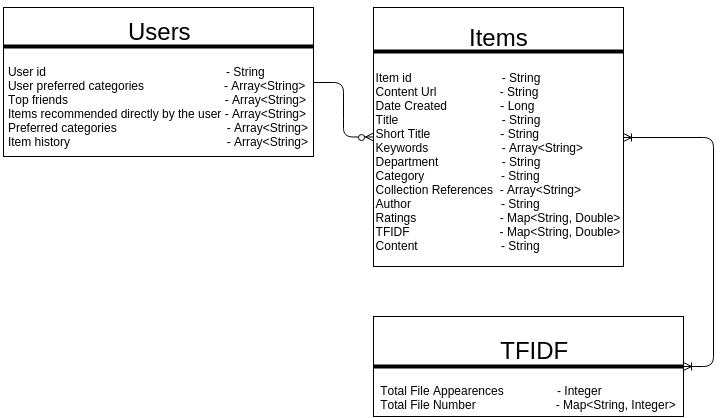
Earlier version of the draw.io export diplomaProject/src/img/databaseSchema.png (cosmin1123/Recommender-System). Source tidied: cells renumbered, new cells last; positions are measured from the earlier drawing's top-left corner, leaving out a move shared by most shapes. Source of this version:
```xml
<mxGraphModel>
  <root>
    <mxCell id="0" />
    <mxCell id="1" parent="0" />
    <mxCell id="2" value="&lt;div style=&quot;text-align: center&quot;&gt;&lt;br&gt;&lt;/div&gt;&lt;div style=&quot;text-align: left&quot;&gt;&lt;span style=&quot;font-size: 24px ; line-height: 28.8px ; text-align: center&quot;&gt;&amp;nbsp; &amp;nbsp; &amp;nbsp; &amp;nbsp; &amp;nbsp; &amp;nbsp; &amp;nbsp; &amp;nbsp; &amp;nbsp; Users&lt;/span&gt;&lt;span style=&quot;line-height: 1.2&quot;&gt;&lt;font size=&quot;3&quot;&gt;&lt;br&gt;&lt;/font&gt;&lt;/span&gt;&lt;/div&gt;&lt;div style=&quot;text-align: left&quot;&gt;&lt;span style=&quot;line-height: 1.2&quot;&gt;&lt;font size=&quot;3&quot;&gt;&lt;br&gt;&lt;/font&gt;&lt;/span&gt;&lt;/div&gt;&lt;div style=&quot;text-align: left&quot;&gt;&lt;span style=&quot;line-height: 1.2&quot;&gt;User id &amp;nbsp; &amp;nbsp; &amp;nbsp; &amp;nbsp; &amp;nbsp; &amp;nbsp; &amp;nbsp; &amp;nbsp; &amp;nbsp; &amp;nbsp; &amp;nbsp; &amp;nbsp; &amp;nbsp; &amp;nbsp; &amp;nbsp; &amp;nbsp; &amp;nbsp; &amp;nbsp; &amp;nbsp; &amp;nbsp; &amp;nbsp; &amp;nbsp; &amp;nbsp; &amp;nbsp; &amp;nbsp; &amp;nbsp; &amp;nbsp;- String&lt;/span&gt;&lt;/div&gt;&lt;div style=&quot;text-align: left&quot;&gt;User preferred categories &amp;nbsp; &amp;nbsp; &amp;nbsp; &amp;nbsp; &amp;nbsp; &amp;nbsp; &amp;nbsp; &amp;nbsp; &amp;nbsp; &amp;nbsp; &amp;nbsp; &amp;nbsp;- Array&amp;lt;String&amp;gt;&lt;/div&gt;&lt;div style=&quot;text-align: left&quot;&gt;Top friends &amp;nbsp; &amp;nbsp; &amp;nbsp; &amp;nbsp; &amp;nbsp; &amp;nbsp; &amp;nbsp; &amp;nbsp; &amp;nbsp; &amp;nbsp; &amp;nbsp; &amp;nbsp; &amp;nbsp; &amp;nbsp; &amp;nbsp; &amp;nbsp; &amp;nbsp; &amp;nbsp; &amp;nbsp; &amp;nbsp; &amp;nbsp; &amp;nbsp; &amp;nbsp; -&amp;nbsp;&lt;span style=&quot;line-height: 14.4px&quot;&gt;Array&amp;lt;String&amp;gt;&lt;/span&gt;&lt;/div&gt;&lt;div style=&quot;text-align: left&quot;&gt;&lt;span style=&quot;line-height: 1.2&quot;&gt;Items recommended directly by the user -&amp;nbsp;&lt;/span&gt;&lt;span style=&quot;line-height: 14.4px&quot;&gt;Array&amp;lt;String&amp;gt;&lt;/span&gt;&lt;/div&gt;&lt;div style=&quot;text-align: left&quot;&gt;&lt;span style=&quot;line-height: 14.4px&quot;&gt;Preferred categories &amp;nbsp; &amp;nbsp; &amp;nbsp; &amp;nbsp; &amp;nbsp; &amp;nbsp; &amp;nbsp; &amp;nbsp; &amp;nbsp; &amp;nbsp; &amp;nbsp; &amp;nbsp; &amp;nbsp; &amp;nbsp; &amp;nbsp; &amp;nbsp;&amp;nbsp;&lt;/span&gt;&lt;span style=&quot;line-height: 1.2&quot;&gt;-&amp;nbsp;&lt;/span&gt;&lt;span style=&quot;line-height: 14.4px&quot;&gt;Array&amp;lt;String&amp;gt;&lt;/span&gt;&lt;/div&gt;&lt;div style=&quot;text-align: left&quot;&gt;&lt;span style=&quot;line-height: 14.4px&quot;&gt;Item history&amp;nbsp;&lt;/span&gt;&lt;span style=&quot;line-height: 14.4px ; text-align: left&quot;&gt;&amp;nbsp; &amp;nbsp; &amp;nbsp; &amp;nbsp; &amp;nbsp; &amp;nbsp; &amp;nbsp; &amp;nbsp; &amp;nbsp; &amp;nbsp; &amp;nbsp; &amp;nbsp; &amp;nbsp; &amp;nbsp; &amp;nbsp; &amp;nbsp; &amp;nbsp; &amp;nbsp; &amp;nbsp; &amp;nbsp; &amp;nbsp; &amp;nbsp; &amp;nbsp;&amp;nbsp;&lt;/span&gt;&lt;span style=&quot;line-height: 1.2 ; text-align: left&quot;&gt;-&amp;nbsp;&lt;/span&gt;&lt;span style=&quot;line-height: 14.4px ; text-align: left&quot;&gt;Array&amp;lt;String&amp;gt;&lt;/span&gt;&lt;/div&gt;&lt;div&gt;&lt;br&gt;&lt;/div&gt;" style="whiteSpace=wrap;html=1;" parent="1" vertex="1">
      <mxGeometry width="310" height="149" as="geometry" />
    </mxCell>
    <mxCell id="3" style="line;html=1;" parent="1" vertex="1">
      <mxGeometry y="34" width="310" height="10" as="geometry" />
    </mxCell>
    <mxCell id="4" value="&lt;div style=&quot;text-align: left&quot;&gt;&lt;span style=&quot;font-size: 24px ; line-height: 28.8px ; text-align: center&quot;&gt;&amp;nbsp; &amp;nbsp; &amp;nbsp; &amp;nbsp; &amp;nbsp; &amp;nbsp; &amp;nbsp; Items&lt;/span&gt;&lt;br&gt;&lt;/div&gt;&lt;div style=&quot;text-align: left&quot;&gt;&lt;span style=&quot;line-height: 1.2&quot;&gt;&lt;font size=&quot;3&quot;&gt;&lt;br&gt;&lt;/font&gt;&lt;/span&gt;&lt;/div&gt;&lt;div style=&quot;text-align: left&quot;&gt;&lt;span style=&quot;line-height: 1.2&quot;&gt;Item id &amp;nbsp; &amp;nbsp; &amp;nbsp; &amp;nbsp; &amp;nbsp; &amp;nbsp; &amp;nbsp; &amp;nbsp; &amp;nbsp; &amp;nbsp; &amp;nbsp; &amp;nbsp; &amp;nbsp; - String&lt;/span&gt;&lt;/div&gt;&lt;div style=&quot;text-align: left&quot;&gt;Content Url &amp;nbsp; &amp;nbsp; &amp;nbsp; &amp;nbsp; &amp;nbsp; &amp;nbsp; &amp;nbsp; &amp;nbsp; &amp;nbsp; - String&lt;/div&gt;&lt;div style=&quot;text-align: left&quot;&gt;Date Created &amp;nbsp; &amp;nbsp; &amp;nbsp; &amp;nbsp; &amp;nbsp; &amp;nbsp; &amp;nbsp; &amp;nbsp;- Long&lt;/div&gt;&lt;div style=&quot;text-align: left&quot;&gt;&lt;span style=&quot;line-height: 1.2&quot;&gt;Title &amp;nbsp; &amp;nbsp; &amp;nbsp; &amp;nbsp; &amp;nbsp; &amp;nbsp; &amp;nbsp; &amp;nbsp; &amp;nbsp; &amp;nbsp; &amp;nbsp; &amp;nbsp; &amp;nbsp; &amp;nbsp; &amp;nbsp; -&amp;nbsp;&lt;/span&gt;&lt;span style=&quot;line-height: 14.4px&quot;&gt;String&amp;nbsp;&lt;/span&gt;&lt;/div&gt;&lt;div style=&quot;text-align: left&quot;&gt;&lt;span style=&quot;line-height: 14.4px&quot;&gt;Short Title &amp;nbsp; &amp;nbsp; &amp;nbsp; &amp;nbsp; &amp;nbsp; &amp;nbsp; &amp;nbsp; &amp;nbsp; &amp;nbsp; &amp;nbsp; -&lt;/span&gt;&lt;span style=&quot;line-height: 1.2&quot;&gt;&amp;nbsp;&lt;/span&gt;&lt;span style=&quot;line-height: 14.4px&quot;&gt;String&lt;/span&gt;&lt;/div&gt;&lt;div style=&quot;text-align: left&quot;&gt;&lt;span style=&quot;line-height: 14.4px&quot;&gt;Keywords &amp;nbsp; &amp;nbsp; &amp;nbsp; &amp;nbsp; &amp;nbsp; &amp;nbsp; &amp;nbsp; &amp;nbsp; &amp;nbsp; &amp;nbsp; &amp;nbsp;&lt;/span&gt;&lt;span style=&quot;line-height: 1.2 ; text-align: left&quot;&gt;-&amp;nbsp;&lt;/span&gt;&lt;span style=&quot;line-height: 14.4px ; text-align: left&quot;&gt;Array&amp;lt;String&amp;gt;&lt;/span&gt;&lt;/div&gt;&lt;div style=&quot;text-align: left&quot;&gt;Department &amp;nbsp; &amp;nbsp; &amp;nbsp; &amp;nbsp; &amp;nbsp; &amp;nbsp; &amp;nbsp; &amp;nbsp; &amp;nbsp; - String&lt;/div&gt;&lt;div style=&quot;text-align: left&quot;&gt;Category &amp;nbsp; &amp;nbsp; &amp;nbsp; &amp;nbsp; &amp;nbsp; &amp;nbsp; &amp;nbsp; &amp;nbsp; &amp;nbsp; &amp;nbsp; &amp;nbsp; - String&lt;/div&gt;&lt;div style=&quot;text-align: left&quot;&gt;Collection References &amp;nbsp;- Array&amp;lt;String&amp;gt;&lt;/div&gt;&lt;div style=&quot;text-align: left&quot;&gt;Author &amp;nbsp; &amp;nbsp; &amp;nbsp; &amp;nbsp; &amp;nbsp; &amp;nbsp; &amp;nbsp; &amp;nbsp; &amp;nbsp; &amp;nbsp; &amp;nbsp; &amp;nbsp; &amp;nbsp; - String&lt;/div&gt;&lt;div style=&quot;text-align: left&quot;&gt;Ratings &amp;nbsp; &amp;nbsp; &amp;nbsp; &amp;nbsp; &amp;nbsp; &amp;nbsp; &amp;nbsp; &amp;nbsp; &amp;nbsp; &amp;nbsp; &amp;nbsp; &amp;nbsp; - Map&amp;lt;String, Double&amp;gt;&lt;/div&gt;&lt;div style=&quot;text-align: left&quot;&gt;TFIDF &amp;nbsp; &amp;nbsp; &amp;nbsp; &amp;nbsp; &amp;nbsp; &amp;nbsp; &amp;nbsp; &amp;nbsp; &amp;nbsp; &amp;nbsp; &amp;nbsp; &amp;nbsp; &amp;nbsp; - Map&amp;lt;String, Double&amp;gt;&lt;/div&gt;&lt;div style=&quot;text-align: left&quot;&gt;Content &amp;nbsp; &amp;nbsp; &amp;nbsp; &amp;nbsp; &amp;nbsp; &amp;nbsp; &amp;nbsp; &amp;nbsp; &amp;nbsp; &amp;nbsp; &amp;nbsp; &amp;nbsp; - String&lt;/div&gt;" style="whiteSpace=wrap;html=1;" parent="1" vertex="1">
      <mxGeometry x="370" width="250" height="259" as="geometry" />
    </mxCell>
    <mxCell id="5" style="line;html=1;" parent="1" vertex="1">
      <mxGeometry x="370" y="39" width="250" height="10" as="geometry" />
    </mxCell>
    <mxCell id="6" value="&lt;div style=&quot;text-align: center&quot;&gt;&lt;br&gt;&lt;/div&gt;&lt;div style=&quot;text-align: left&quot;&gt;&lt;span style=&quot;font-size: 24px ; line-height: 28.8px ; text-align: center&quot;&gt;&amp;nbsp; &amp;nbsp; &amp;nbsp; &amp;nbsp; &amp;nbsp; &amp;nbsp; &amp;nbsp; &amp;nbsp; &amp;nbsp; TFIDF&lt;/span&gt;&lt;span style=&quot;line-height: 1.2&quot;&gt;&lt;font size=&quot;3&quot;&gt;&lt;br&gt;&lt;/font&gt;&lt;/span&gt;&lt;/div&gt;&lt;div style=&quot;text-align: left&quot;&gt;&lt;span style=&quot;line-height: 1.2&quot;&gt;&lt;font size=&quot;3&quot;&gt;&lt;br&gt;&lt;/font&gt;&lt;/span&gt;&lt;/div&gt;&lt;div style=&quot;text-align: left&quot;&gt;&lt;span style=&quot;line-height: 1.2&quot;&gt;Total File Appearences &amp;nbsp; &amp;nbsp; &amp;nbsp; &amp;nbsp; &amp;nbsp; &amp;nbsp; &amp;nbsp; &amp;nbsp;- Integer&lt;/span&gt;&lt;/div&gt;&lt;div style=&quot;text-align: left&quot;&gt;Total File Number &amp;nbsp; &amp;nbsp; &amp;nbsp; &amp;nbsp; &amp;nbsp; &amp;nbsp; &amp;nbsp; &amp;nbsp; &amp;nbsp; &amp;nbsp; &amp;nbsp; &amp;nbsp;- Map&amp;lt;String, Integer&amp;gt;&lt;/div&gt;" style="whiteSpace=wrap;html=1;" parent="1" vertex="1">
      <mxGeometry x="370" y="309" width="310" height="100" as="geometry" />
    </mxCell>
    <mxCell id="7" style="line;html=1;" parent="1" vertex="1">
      <mxGeometry x="370" y="354" width="310" height="10" as="geometry" />
    </mxCell>
    <mxCell id="8" style="edgeStyle=entityRelationEdgeStyle;html=1;endArrow=ERzeroToMany;endFill=1;exitX=1;exitY=0.5;" parent="1" edge="1" source="2" target="4">
      <mxGeometry relative="1" as="geometry" />
    </mxCell>
    <mxCell id="9" style="edgeStyle=entityRelationEdgeStyle;html=1;endArrow=ERoneToMany;startArrow=ERoneToMany;exitX=1;exitY=0.5;" parent="1" edge="1" source="4" target="7">
      <mxGeometry relative="1" as="geometry" />
    </mxCell>
  </root>
</mxGraphModel>
```
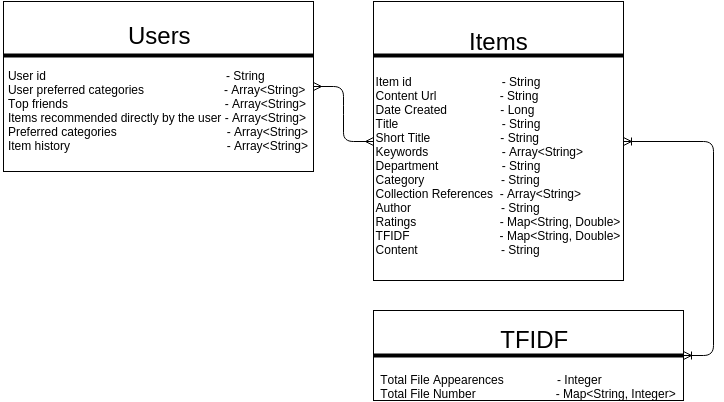
After the change.

Change to the diagram source:
```diff
@@ -3,28 +3,28 @@
     <mxCell id="0" />
     <mxCell id="1" parent="0" />
     <mxCell id="2" value="&lt;div style=&quot;text-align: center&quot;&gt;&lt;br&gt;&lt;/div&gt;&lt;div style=&quot;text-align: left&quot;&gt;&lt;span style=&quot;font-size: 24px ; line-height: 28.8px ; text-align: center&quot;&gt;&amp;nbsp; &amp;nbsp; &amp;nbsp; &amp;nbsp; &amp;nbsp; &amp;nbsp; &amp;nbsp; &amp;nbsp; &amp;nbsp; Users&lt;/span&gt;&lt;span style=&quot;line-height: 1.2&quot;&gt;&lt;font size=&quot;3&quot;&gt;&lt;br&gt;&lt;/font&gt;&lt;/span&gt;&lt;/div&gt;&lt;div style=&quot;text-align: left&quot;&gt;&lt;span style=&quot;line-height: 1.2&quot;&gt;&lt;font size=&quot;3&quot;&gt;&lt;br&gt;&lt;/font&gt;&lt;/span&gt;&lt;/div&gt;&lt;div style=&quot;text-align: left&quot;&gt;&lt;span style=&quot;line-height: 1.2&quot;&gt;User id &amp;nbsp; &amp;nbsp; &amp;nbsp; &amp;nbsp; &amp;nbsp; &amp;nbsp; &amp;nbsp; &amp;nbsp; &amp;nbsp; &amp;nbsp; &amp;nbsp; &amp;nbsp; &amp;nbsp; &amp;nbsp; &amp;nbsp; &amp;nbsp; &amp;nbsp; &amp;nbsp; &amp;nbsp; &amp;nbsp; &amp;nbsp; &amp;nbsp; &amp;nbsp; &amp;nbsp; &amp;nbsp; &amp;nbsp; &amp;nbsp;- String&lt;/span&gt;&lt;/div&gt;&lt;div style=&quot;text-align: left&quot;&gt;User preferred categories &amp;nbsp; &amp;nbsp; &amp;nbsp; &amp;nbsp; &amp;nbsp; &amp;nbsp; &amp;nbsp; &amp;nbsp; &amp;nbsp; &amp;nbsp; &amp;nbsp; &amp;nbsp;- Array&amp;lt;String&amp;gt;&lt;/div&gt;&lt;div style=&quot;text-align: left&quot;&gt;Top friends &amp;nbsp; &amp;nbsp; &amp;nbsp; &amp;nbsp; &amp;nbsp; &amp;nbsp; &amp;nbsp; &amp;nbsp; &amp;nbsp; &amp;nbsp; &amp;nbsp; &amp;nbsp; &amp;nbsp; &amp;nbsp; &amp;nbsp; &amp;nbsp; &amp;nbsp; &amp;nbsp; &amp;nbsp; &amp;nbsp; &amp;nbsp; &amp;nbsp; &amp;nbsp; -&amp;nbsp;&lt;span style=&quot;line-height: 14.4px&quot;&gt;Array&amp;lt;String&amp;gt;&lt;/span&gt;&lt;/div&gt;&lt;div style=&quot;text-align: left&quot;&gt;&lt;span style=&quot;line-height: 1.2&quot;&gt;Items recommended directly by the user -&amp;nbsp;&lt;/span&gt;&lt;span style=&quot;line-height: 14.4px&quot;&gt;Array&amp;lt;String&amp;gt;&lt;/span&gt;&lt;/div&gt;&lt;div style=&quot;text-align: left&quot;&gt;&lt;span style=&quot;line-height: 14.4px&quot;&gt;Preferred categories &amp;nbsp; &amp;nbsp; &amp;nbsp; &amp;nbsp; &amp;nbsp; &amp;nbsp; &amp;nbsp; &amp;nbsp; &amp;nbsp; &amp;nbsp; &amp;nbsp; &amp;nbsp; &amp;nbsp; &amp;nbsp; &amp;nbsp; &amp;nbsp;&amp;nbsp;&lt;/span&gt;&lt;span style=&quot;line-height: 1.2&quot;&gt;-&amp;nbsp;&lt;/span&gt;&lt;span style=&quot;line-height: 14.4px&quot;&gt;Array&amp;lt;String&amp;gt;&lt;/span&gt;&lt;/div&gt;&lt;div style=&quot;text-align: left&quot;&gt;&lt;span style=&quot;line-height: 14.4px&quot;&gt;Item history&amp;nbsp;&lt;/span&gt;&lt;span style=&quot;line-height: 14.4px ; text-align: left&quot;&gt;&amp;nbsp; &amp;nbsp; &amp;nbsp; &amp;nbsp; &amp;nbsp; &amp;nbsp; &amp;nbsp; &amp;nbsp; &amp;nbsp; &amp;nbsp; &amp;nbsp; &amp;nbsp; &amp;nbsp; &amp;nbsp; &amp;nbsp; &amp;nbsp; &amp;nbsp; &amp;nbsp; &amp;nbsp; &amp;nbsp; &amp;nbsp; &amp;nbsp; &amp;nbsp;&amp;nbsp;&lt;/span&gt;&lt;span style=&quot;line-height: 1.2 ; text-align: left&quot;&gt;-&amp;nbsp;&lt;/span&gt;&lt;span style=&quot;line-height: 14.4px ; text-align: left&quot;&gt;Array&amp;lt;String&amp;gt;&lt;/span&gt;&lt;/div&gt;&lt;div&gt;&lt;br&gt;&lt;/div&gt;" style="whiteSpace=wrap;html=1;" parent="1" vertex="1">
-      <mxGeometry width="310" height="149" as="geometry" />
+      <mxGeometry width="310" height="170" as="geometry" />
     </mxCell>
     <mxCell id="3" style="line;html=1;" parent="1" vertex="1">
-      <mxGeometry y="34" width="310" height="10" as="geometry" />
+      <mxGeometry y="49" width="310" height="10" as="geometry" />
     </mxCell>
     <mxCell id="4" value="&lt;div style=&quot;text-align: left&quot;&gt;&lt;span style=&quot;font-size: 24px ; line-height: 28.8px ; text-align: center&quot;&gt;&amp;nbsp; &amp;nbsp; &amp;nbsp; &amp;nbsp; &amp;nbsp; &amp;nbsp; &amp;nbsp; Items&lt;/span&gt;&lt;br&gt;&lt;/div&gt;&lt;div style=&quot;text-align: left&quot;&gt;&lt;span style=&quot;line-height: 1.2&quot;&gt;&lt;font size=&quot;3&quot;&gt;&lt;br&gt;&lt;/font&gt;&lt;/span&gt;&lt;/div&gt;&lt;div style=&quot;text-align: left&quot;&gt;&lt;span style=&quot;line-height: 1.2&quot;&gt;Item id &amp;nbsp; &amp;nbsp; &amp;nbsp; &amp;nbsp; &amp;nbsp; &amp;nbsp; &amp;nbsp; &amp;nbsp; &amp;nbsp; &amp;nbsp; &amp;nbsp; &amp;nbsp; &amp;nbsp; - String&lt;/span&gt;&lt;/div&gt;&lt;div style=&quot;text-align: left&quot;&gt;Content Url &amp;nbsp; &amp;nbsp; &amp;nbsp; &amp;nbsp; &amp;nbsp; &amp;nbsp; &amp;nbsp; &amp;nbsp; &amp;nbsp; - String&lt;/div&gt;&lt;div style=&quot;text-align: left&quot;&gt;Date Created &amp;nbsp; &amp;nbsp; &amp;nbsp; &amp;nbsp; &amp;nbsp; &amp;nbsp; &amp;nbsp; &amp;nbsp;- Long&lt;/div&gt;&lt;div style=&quot;text-align: left&quot;&gt;&lt;span style=&quot;line-height: 1.2&quot;&gt;Title &amp;nbsp; &amp;nbsp; &amp;nbsp; &amp;nbsp; &amp;nbsp; &amp;nbsp; &amp;nbsp; &amp;nbsp; &amp;nbsp; &amp;nbsp; &amp;nbsp; &amp;nbsp; &amp;nbsp; &amp;nbsp; &amp;nbsp; -&amp;nbsp;&lt;/span&gt;&lt;span style=&quot;line-height: 14.4px&quot;&gt;String&amp;nbsp;&lt;/span&gt;&lt;/div&gt;&lt;div style=&quot;text-align: left&quot;&gt;&lt;span style=&quot;line-height: 14.4px&quot;&gt;Short Title &amp;nbsp; &amp;nbsp; &amp;nbsp; &amp;nbsp; &amp;nbsp; &amp;nbsp; &amp;nbsp; &amp;nbsp; &amp;nbsp; &amp;nbsp; -&lt;/span&gt;&lt;span style=&quot;line-height: 1.2&quot;&gt;&amp;nbsp;&lt;/span&gt;&lt;span style=&quot;line-height: 14.4px&quot;&gt;String&lt;/span&gt;&lt;/div&gt;&lt;div style=&quot;text-align: left&quot;&gt;&lt;span style=&quot;line-height: 14.4px&quot;&gt;Keywords &amp;nbsp; &amp;nbsp; &amp;nbsp; &amp;nbsp; &amp;nbsp; &amp;nbsp; &amp;nbsp; &amp;nbsp; &amp;nbsp; &amp;nbsp; &amp;nbsp;&lt;/span&gt;&lt;span style=&quot;line-height: 1.2 ; text-align: left&quot;&gt;-&amp;nbsp;&lt;/span&gt;&lt;span style=&quot;line-height: 14.4px ; text-align: left&quot;&gt;Array&amp;lt;String&amp;gt;&lt;/span&gt;&lt;/div&gt;&lt;div style=&quot;text-align: left&quot;&gt;Department &amp;nbsp; &amp;nbsp; &amp;nbsp; &amp;nbsp; &amp;nbsp; &amp;nbsp; &amp;nbsp; &amp;nbsp; &amp;nbsp; - String&lt;/div&gt;&lt;div style=&quot;text-align: left&quot;&gt;Category &amp;nbsp; &amp;nbsp; &amp;nbsp; &amp;nbsp; &amp;nbsp; &amp;nbsp; &amp;nbsp; &amp;nbsp; &amp;nbsp; &amp;nbsp; &amp;nbsp; - String&lt;/div&gt;&lt;div style=&quot;text-align: left&quot;&gt;Collection References &amp;nbsp;- Array&amp;lt;String&amp;gt;&lt;/div&gt;&lt;div style=&quot;text-align: left&quot;&gt;Author &amp;nbsp; &amp;nbsp; &amp;nbsp; &amp;nbsp; &amp;nbsp; &amp;nbsp; &amp;nbsp; &amp;nbsp; &amp;nbsp; &amp;nbsp; &amp;nbsp; &amp;nbsp; &amp;nbsp; - String&lt;/div&gt;&lt;div style=&quot;text-align: left&quot;&gt;Ratings &amp;nbsp; &amp;nbsp; &amp;nbsp; &amp;nbsp; &amp;nbsp; &amp;nbsp; &amp;nbsp; &amp;nbsp; &amp;nbsp; &amp;nbsp; &amp;nbsp; &amp;nbsp; - Map&amp;lt;String, Double&amp;gt;&lt;/div&gt;&lt;div style=&quot;text-align: left&quot;&gt;TFIDF &amp;nbsp; &amp;nbsp; &amp;nbsp; &amp;nbsp; &amp;nbsp; &amp;nbsp; &amp;nbsp; &amp;nbsp; &amp;nbsp; &amp;nbsp; &amp;nbsp; &amp;nbsp; &amp;nbsp; - Map&amp;lt;String, Double&amp;gt;&lt;/div&gt;&lt;div style=&quot;text-align: left&quot;&gt;Content &amp;nbsp; &amp;nbsp; &amp;nbsp; &amp;nbsp; &amp;nbsp; &amp;nbsp; &amp;nbsp; &amp;nbsp; &amp;nbsp; &amp;nbsp; &amp;nbsp; &amp;nbsp; - String&lt;/div&gt;" style="whiteSpace=wrap;html=1;" parent="1" vertex="1">
-      <mxGeometry x="370" width="250" height="259" as="geometry" />
+      <mxGeometry x="370" width="250" height="279" as="geometry" />
     </mxCell>
     <mxCell id="5" style="line;html=1;" parent="1" vertex="1">
-      <mxGeometry x="370" y="39" width="250" height="10" as="geometry" />
+      <mxGeometry x="370" y="49" width="250" height="10" as="geometry" />
     </mxCell>
     <mxCell id="6" value="&lt;div style=&quot;text-align: center&quot;&gt;&lt;br&gt;&lt;/div&gt;&lt;div style=&quot;text-align: left&quot;&gt;&lt;span style=&quot;font-size: 24px ; line-height: 28.8px ; text-align: center&quot;&gt;&amp;nbsp; &amp;nbsp; &amp;nbsp; &amp;nbsp; &amp;nbsp; &amp;nbsp; &amp;nbsp; &amp;nbsp; &amp;nbsp; TFIDF&lt;/span&gt;&lt;span style=&quot;line-height: 1.2&quot;&gt;&lt;font size=&quot;3&quot;&gt;&lt;br&gt;&lt;/font&gt;&lt;/span&gt;&lt;/div&gt;&lt;div style=&quot;text-align: left&quot;&gt;&lt;span style=&quot;line-height: 1.2&quot;&gt;&lt;font size=&quot;3&quot;&gt;&lt;br&gt;&lt;/font&gt;&lt;/span&gt;&lt;/div&gt;&lt;div style=&quot;text-align: left&quot;&gt;&lt;span style=&quot;line-height: 1.2&quot;&gt;Total File Appearences &amp;nbsp; &amp;nbsp; &amp;nbsp; &amp;nbsp; &amp;nbsp; &amp;nbsp; &amp;nbsp; &amp;nbsp;- Integer&lt;/span&gt;&lt;/div&gt;&lt;div style=&quot;text-align: left&quot;&gt;Total File Number &amp;nbsp; &amp;nbsp; &amp;nbsp; &amp;nbsp; &amp;nbsp; &amp;nbsp; &amp;nbsp; &amp;nbsp; &amp;nbsp; &amp;nbsp; &amp;nbsp; &amp;nbsp;- Map&amp;lt;String, Integer&amp;gt;&lt;/div&gt;" style="whiteSpace=wrap;html=1;" parent="1" vertex="1">
-      <mxGeometry x="370" y="309" width="310" height="100" as="geometry" />
+      <mxGeometry x="370" y="309" width="310" height="90" as="geometry" />
     </mxCell>
     <mxCell id="7" style="line;html=1;" parent="1" vertex="1">
-      <mxGeometry x="370" y="354" width="310" height="10" as="geometry" />
+      <mxGeometry x="370" y="349" width="310" height="10" as="geometry" />
     </mxCell>
+    <mxCell id="9" style="edgeStyle=entityRelationEdgeStyle;html=1;endArrow=ERoneToMany;startArrow=ERoneToMany;exitX=1;exitY=0.5;" parent="1" edge="1" source="4" target="7">
+      <mxGeometry relative="1" as="geometry" />
+    </mxCell>
-    <mxCell id="8" style="edgeStyle=entityRelationEdgeStyle;html=1;endArrow=ERzeroToMany;endFill=1;exitX=1;exitY=0.5;" parent="1" edge="1" source="2" target="4">
+    <mxCell id="8" style="edgeStyle=entityRelationEdgeStyle;html=1;endArrow=ERmany;startArrow=ERmany;exitX=1;exitY=0.5;entryX=0;entryY=0.5;" parent="1" edge="1" source="2" target="4">
       <mxGeometry relative="1" as="geometry" />
     </mxCell>
-    <mxCell id="9" style="edgeStyle=entityRelationEdgeStyle;html=1;endArrow=ERoneToMany;startArrow=ERoneToMany;exitX=1;exitY=0.5;" parent="1" edge="1" source="4" target="7">
-      <mxGeometry relative="1" as="geometry" />
-    </mxCell>
   </root>
 </mxGraphModel>
```
